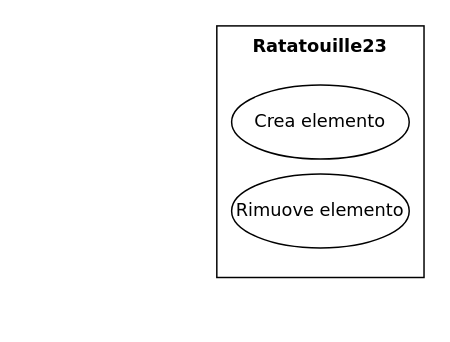
Earlier version of the draw.io diagram Documentazione/UseCaseDiagram Personalizza menù.drawio (vittorioruggiero/Progetto-IngSw). Source tidied: cells renumbered, new cells numbered last; positions are measured from the earlier drawing's top-left corner, leaving out a move shared by most shapes. Both pictures are drawn from the tidied source at 148%, with x=0, y=0 at pixel (216, 25).
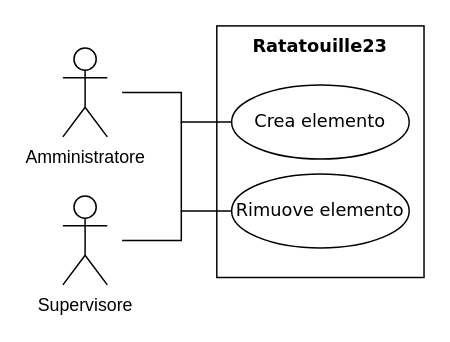
After the change.

What changed in the source:
```diff
@@
 <mxGraphModel>
   <root>
     <mxCell id="0" />
     <mxCell id="1" parent="0" />
     <mxCell id="2" style="rounded=0;whiteSpace=wrap;html=1;fontFamily=Verdana;" parent="1" vertex="1">
       <mxGeometry width="140" height="170" as="geometry" />
     </mxCell>
     <mxCell id="3" value="Crea elemento" style="ellipse;whiteSpace=wrap;html=1;fontFamily=Verdana;" parent="1" vertex="1">
       <mxGeometry x="10" y="40" width="120" height="50" as="geometry" />
     </mxCell>
     <mxCell id="4" value="Rimuove elemento" style="ellipse;whiteSpace=wrap;html=1;fontFamily=Verdana;" parent="1" vertex="1">
       <mxGeometry x="10" y="100" width="120" height="50" as="geometry" />
     </mxCell>
     <mxCell id="5" value="Ratatouille23" style="text;align=center;fontStyle=1;verticalAlign=middle;spacingLeft=3;spacingRight=3;strokeColor=none;fontFamily=Verdana;" parent="1" vertex="1">
       <mxGeometry x="30" width="80" height="26" as="geometry" />
     </mxCell>
+    <mxCell id="6" value="Amministratore" style="shape=umlActor;verticalLabelPosition=bottom;verticalAlign=top;html=1;" parent="1" vertex="1">
+      <mxGeometry x="-104" y="15" width="30" height="60" as="geometry" />
+    </mxCell>
+    <mxCell id="7" style="endArrow=none;html=1;rounded=0;entryX=0;entryY=0.5;entryDx=0;entryDy=0;" parent="1" edge="1" target="3">
+      <mxGeometry relative="1" as="geometry">
+        <mxPoint x="-64" y="45" as="sourcePoint" />
+        <Array as="points">
+          <mxPoint x="-24" y="45" />
+          <mxPoint x="-24" y="65" />
+        </Array>
+      </mxGeometry>
+    </mxCell>
+    <mxCell id="8" style="endArrow=none;html=1;rounded=0;entryX=0;entryY=0.5;entryDx=0;entryDy=0;" parent="1" edge="1" target="4">
+      <mxGeometry relative="1" as="geometry">
+        <mxPoint x="-24" y="65" as="sourcePoint" />
+        <Array as="points">
+          <mxPoint x="-24" y="125" />
+        </Array>
+      </mxGeometry>
+    </mxCell>
+    <mxCell id="9" value="Supervisore" style="shape=umlActor;verticalLabelPosition=bottom;verticalAlign=top;html=1;" parent="1" vertex="1">
+      <mxGeometry x="-104" y="115" width="30" height="60" as="geometry" />
+    </mxCell>
+    <mxCell id="10" style="endArrow=none;html=1;rounded=0;" parent="1" edge="1">
+      <mxGeometry relative="1" as="geometry">
+        <mxPoint x="-64" y="145" as="sourcePoint" />
+        <mxPoint x="-24" y="125" as="targetPoint" />
+        <Array as="points">
+          <mxPoint x="-24" y="145" />
+        </Array>
+      </mxGeometry>
+    </mxCell>
   </root>
 </mxGraphModel>
```
